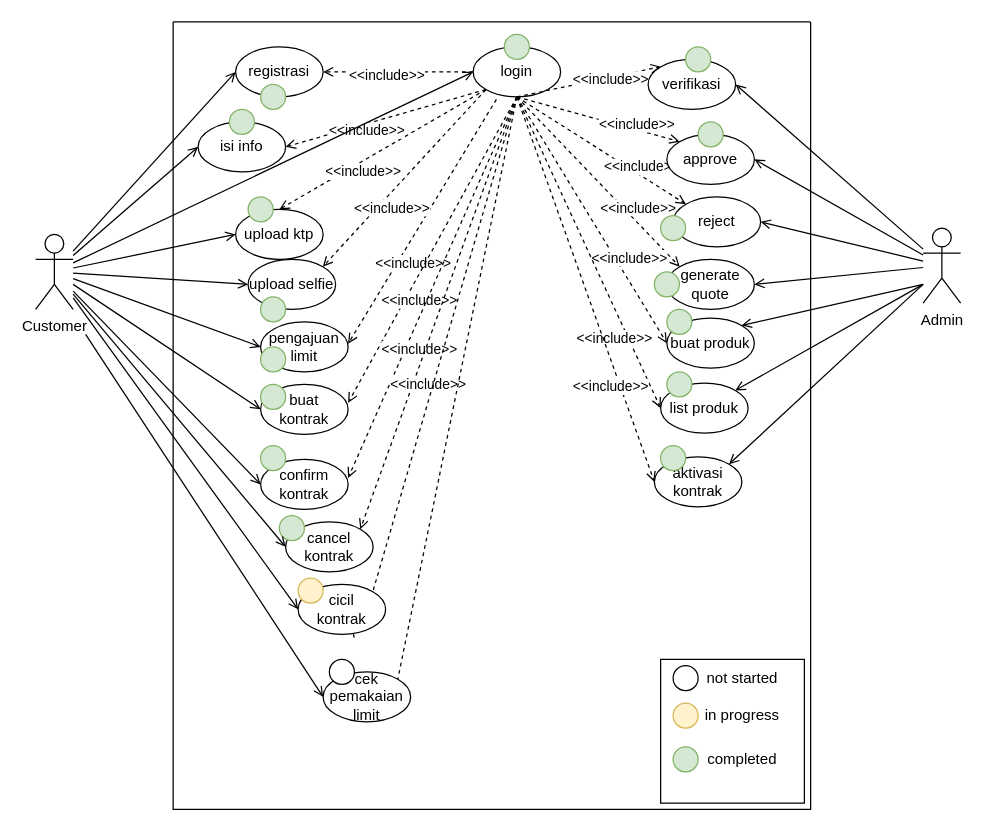
The draw.io diagram page "use case" (1 of 6) of docs/docs.drawio in skyespirates/sikmatek, before the edit. Source tidied: cells renumbered, new cells numbered last; positions are measured from the earlier drawing's top-left corner, leaving out a move shared by most shapes. Both pictures are drawn from the tidied source at 125%, with x=0, y=0 at pixel (35, 21).
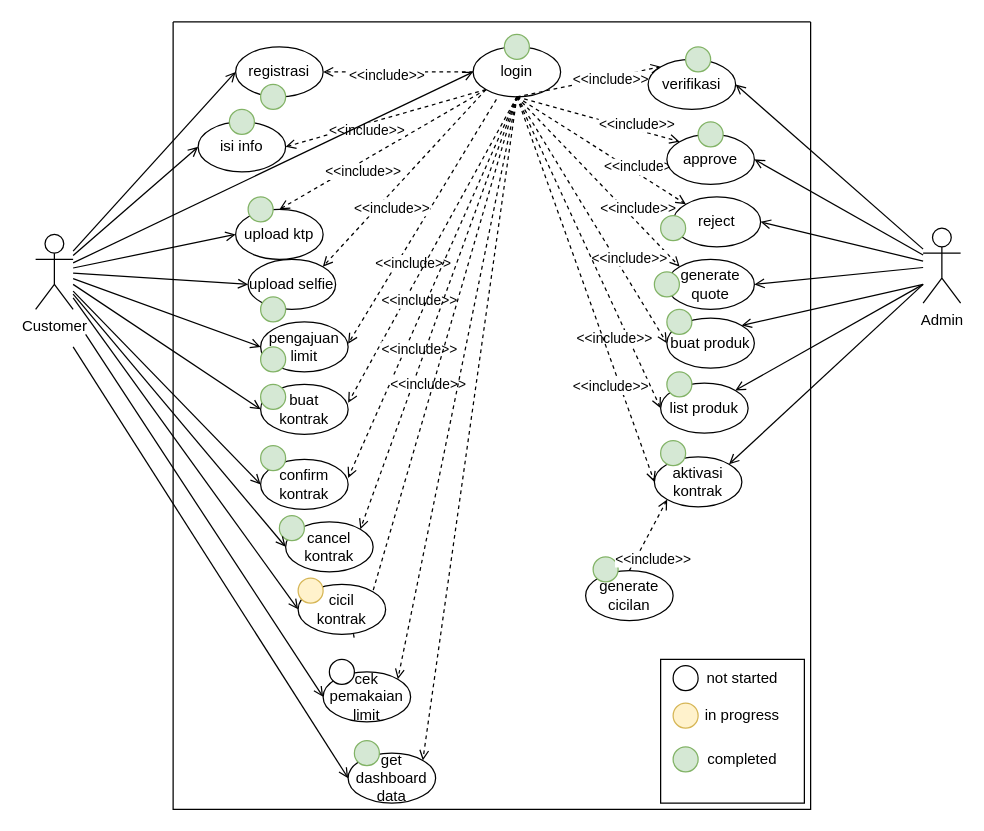
After the change.

The change refers to these unchanged cells:
```xml
<mxCell id="2" style="swimlane;startSize=0;" parent="1" vertex="1">
  <mxGeometry x="110" width="510" height="630" as="geometry" />
</mxCell>
<mxCell id="8" value="login" style="ellipse;whiteSpace=wrap;html=1;" parent="2" vertex="1">
  <mxGeometry x="240" y="20" width="70" height="40" as="geometry" />
</mxCell>
<mxCell id="78" style="group;" parent="2" vertex="1">
  <mxGeometry x="385" y="339" width="70" height="49" as="geometry" />
</mxCell>
<mxCell id="79" value="aktivasi kontrak" style="ellipse;whiteSpace=wrap;html=1;" parent="78" vertex="1">
  <mxGeometry y="9" width="70" height="40" as="geometry" />
</mxCell>
<mxCell id="85" value="cek pemakaian limit" style="ellipse;whiteSpace=wrap;html=1;" parent="84" vertex="1">
  <mxGeometry y="10" width="70" height="40" as="geometry" />
</mxCell>
```

Change to the diagram source:
```diff
@@
     <mxCell id="80" style="ellipse;whiteSpace=wrap;html=1;fillColor=#d5e8d4;strokeColor=#82b366;" parent="78" vertex="1">
-      <mxGeometry x="5" width="20" height="20" as="geometry" />
+      <mxGeometry x="5" y="-4" width="20" height="20" as="geometry" />
     </mxCell>
@@
-    <mxCell id="87" style="edgeStyle=none;rounded=0;jettySize=auto;html=1;endArrow=none;endFill=0;dashed=1;exitX=0.5;exitY=1;exitDx=0;exitDy=0;entryX=1;entryY=0;entryDx=0;entryDy=0;" parent="2" edge="1" source="8" target="85">
+    <mxCell id="87" style="edgeStyle=none;rounded=0;jettySize=auto;html=1;endArrow=open;endFill=0;dashed=1;exitX=0.5;exitY=1;exitDx=0;exitDy=0;entryX=1;entryY=0;entryDx=0;entryDy=0;" parent="2" edge="1" source="8" target="85">
       <mxGeometry relative="1" as="geometry" />
     </mxCell>
+    <mxCell id="108" style="group;" parent="2" vertex="1">
+      <mxGeometry x="330" y="430" width="70" height="49" as="geometry" />
+    </mxCell>
+    <mxCell id="109" value="generate cicilan" style="ellipse;whiteSpace=wrap;html=1;" parent="108" vertex="1">
+      <mxGeometry y="9" width="70" height="40" as="geometry" />
+    </mxCell>
+    <mxCell id="110" style="ellipse;whiteSpace=wrap;html=1;fillColor=#d5e8d4;strokeColor=#82b366;" parent="108" vertex="1">
+      <mxGeometry x="6" y="-2" width="20" height="20" as="geometry" />
+    </mxCell>
+    <mxCell id="111" style="edgeStyle=none;rounded=0;jettySize=auto;html=1;endArrow=open;endFill=0;dashed=1;entryX=0;entryY=1;entryDx=0;entryDy=0;exitX=0.5;exitY=0;exitDx=0;exitDy=0;" parent="2" edge="1" source="109" target="79">
+      <mxGeometry relative="1" as="geometry" />
+    </mxCell>
+    <mxCell id="112" value="&amp;lt;&amp;lt;include&amp;gt;&amp;gt;" style="edgeLabel;html=1;align=center;verticalAlign=middle;" parent="111" vertex="1">
+      <mxGeometry x="0.32" y="2" relative="1" as="geometry">
+        <mxPoint y="29" as="offset" />
+      </mxGeometry>
+    </mxCell>
+    <mxCell id="113" style="group;" parent="2" vertex="1">
+      <mxGeometry x="140" y="575" width="70" height="50" as="geometry" />
+    </mxCell>
+    <mxCell id="114" value="get dashboard data" style="ellipse;whiteSpace=wrap;html=1;" parent="113" vertex="1">
+      <mxGeometry y="10" width="70" height="40" as="geometry" />
+    </mxCell>
+    <mxCell id="115" style="ellipse;whiteSpace=wrap;html=1;fillColor=#d5e8d4;strokeColor=#82b366;" parent="113" vertex="1">
+      <mxGeometry x="5" width="20" height="20" as="geometry" />
+    </mxCell>
+    <mxCell id="116" style="edgeStyle=none;rounded=0;jettySize=auto;html=1;endArrow=open;endFill=0;dashed=1;exitX=0.5;exitY=1;exitDx=0;exitDy=0;entryX=1;entryY=0;entryDx=0;entryDy=0;" parent="2" edge="1" source="8" target="114">
+      <mxGeometry relative="1" as="geometry" />
+    </mxCell>
@@
+    <mxCell id="117" style="edgeStyle=none;rounded=0;jettySize=auto;html=1;entryX=0;entryY=0.5;entryDx=0;entryDy=0;endArrow=open;endFill=0;" parent="1" edge="1" target="114">
+      <mxGeometry relative="1" as="geometry">
+        <mxPoint x="30" y="260" as="sourcePoint" />
+      </mxGeometry>
+    </mxCell>
```
